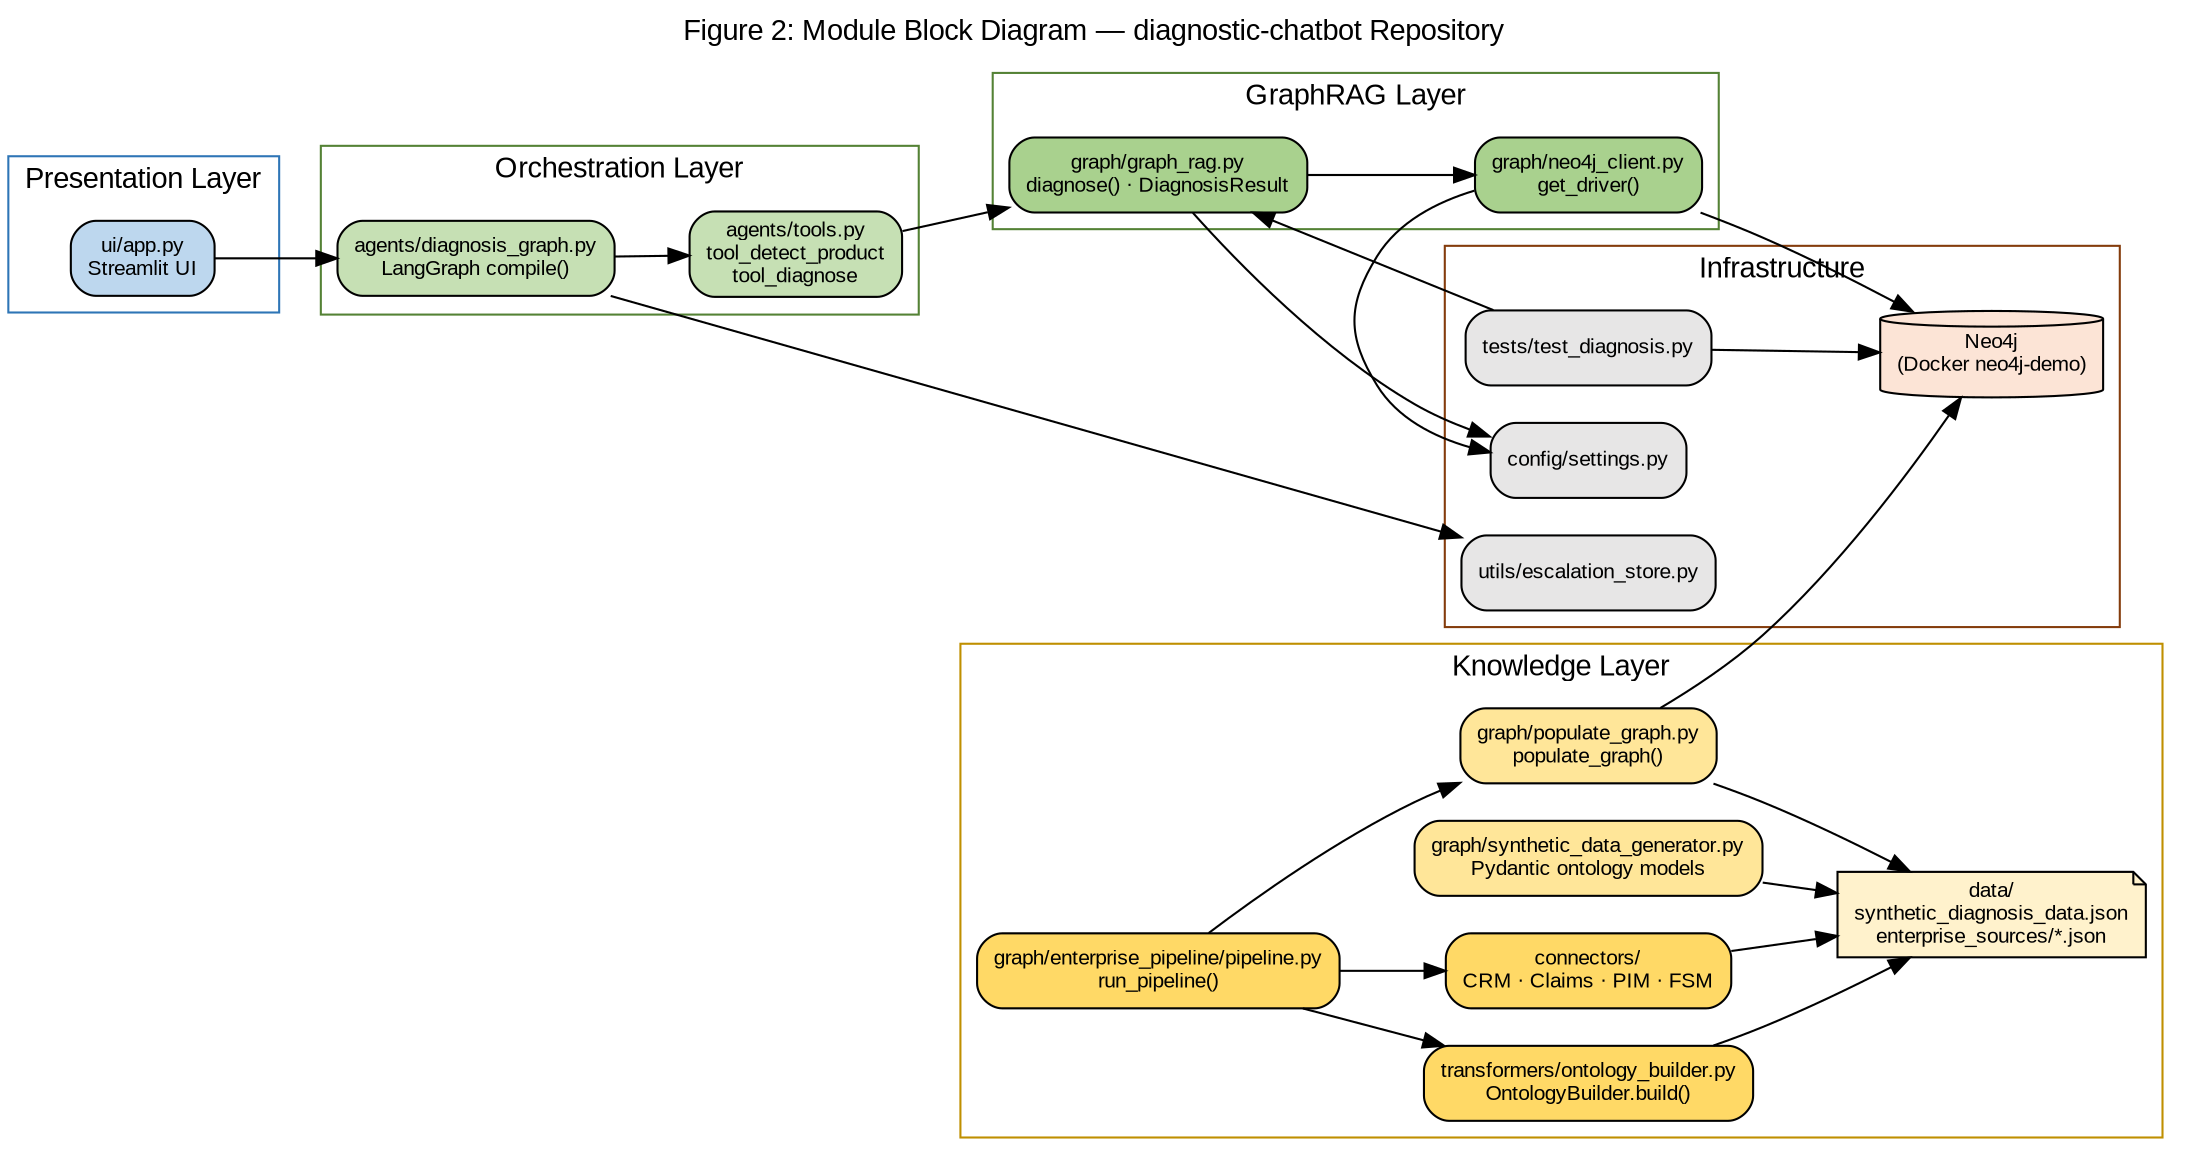
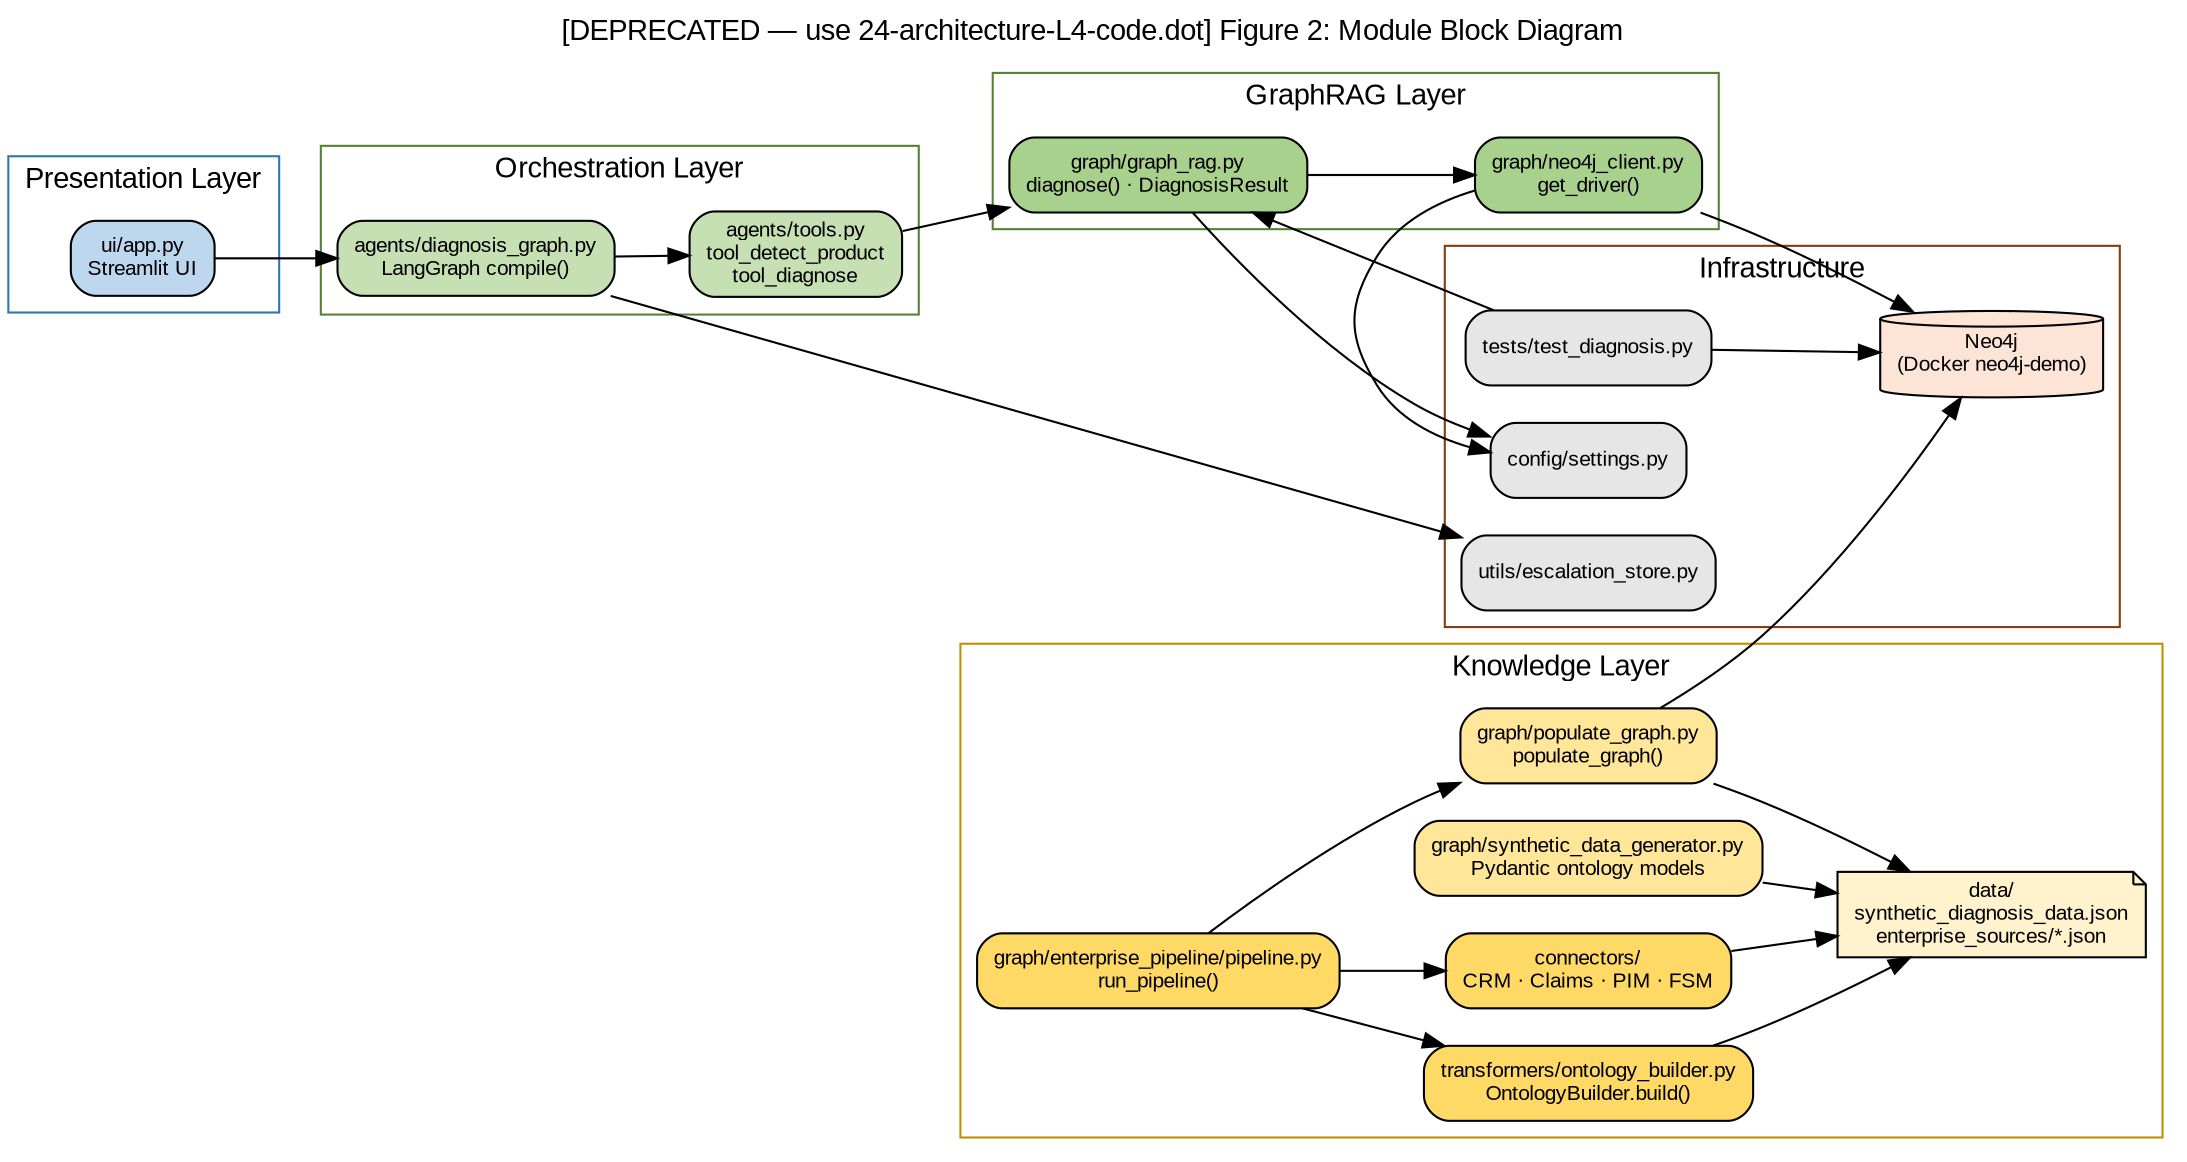
// Figure 2: Application Module Block Diagram (repository structure)
digraph ModuleBlock {
  graph [
    rankdir=LR
-     label="Figure 2: Module Block Diagram — diagnostic-chatbot Repository"
+     label="[DEPRECATED — use 24-architecture-L4-code.dot] Figure 2: Module Block Diagram"
    labelloc=t
    fontsize=14
    fontname="Arial"
    bgcolor="white"
  ]
  node [shape=box, style="rounded,filled", fontname="Arial", fontsize=10]
  edge [fontname="Arial", fontsize=9]

  subgraph cluster_presentation {
    label="Presentation Layer"
    color="#2E75B6"
    UI [label="ui/app.py\nStreamlit UI", fillcolor="#BDD7EE"]
  }

  subgraph cluster_orchestration {
    label="Orchestration Layer"
    color="#548235"
    DG [label="agents/diagnosis_graph.py\nLangGraph compile()", fillcolor="#C6E0B4"]
    Tools [label="agents/tools.py\ntool_detect_product\ntool_diagnose", fillcolor="#C6E0B4"]
  }

  subgraph cluster_reasoning {
    label="GraphRAG Layer"
    color="#548235"
    GR [label="graph/graph_rag.py\ndiagnose() · DiagnosisResult", fillcolor="#A9D18E"]
    NC [label="graph/neo4j_client.py\nget_driver()", fillcolor="#A9D18E"]
  }

  subgraph cluster_knowledge {
    label="Knowledge Layer"
    color="#BF8F00"
    PG [label="graph/populate_graph.py\npopulate_graph()", fillcolor="#FFE699"]
    SDG [label="graph/synthetic_data_generator.py\nPydantic ontology models", fillcolor="#FFE699"]
    EP [label="graph/enterprise_pipeline/pipeline.py\nrun_pipeline()", fillcolor="#FFD966"]
    OB [label="transformers/ontology_builder.py\nOntologyBuilder.build()", fillcolor="#FFD966"]
    Conn [label="connectors/\nCRM · Claims · PIM · FSM", fillcolor="#FFD966"]
    Data [label="data/\nsynthetic_diagnosis_data.json\nenterprise_sources/*.json", shape=note, fillcolor="#FFF2CC"]
  }

  subgraph cluster_infra {
    label="Infrastructure"
    color="#843C0C"
    Neo4j [label="Neo4j\n(Docker neo4j-demo)", shape=cylinder, fillcolor="#FCE4D6"]
    Config [label="config/settings.py", fillcolor="#E7E6E6"]
    Esc [label="utils/escalation_store.py", fillcolor="#E7E6E6"]
    Tests [label="tests/test_diagnosis.py", fillcolor="#E7E6E6"]
  }

  UI -> DG
  DG -> Tools
  Tools -> GR
  GR -> NC
  NC -> Neo4j

  EP -> Conn
  Conn -> Data
  EP -> OB
  OB -> Data
  EP -> PG
  SDG -> Data
  PG -> Neo4j
  PG -> Data

  DG -> Esc
  GR -> Config
  NC -> Config
  Tests -> GR
  Tests -> Neo4j
}